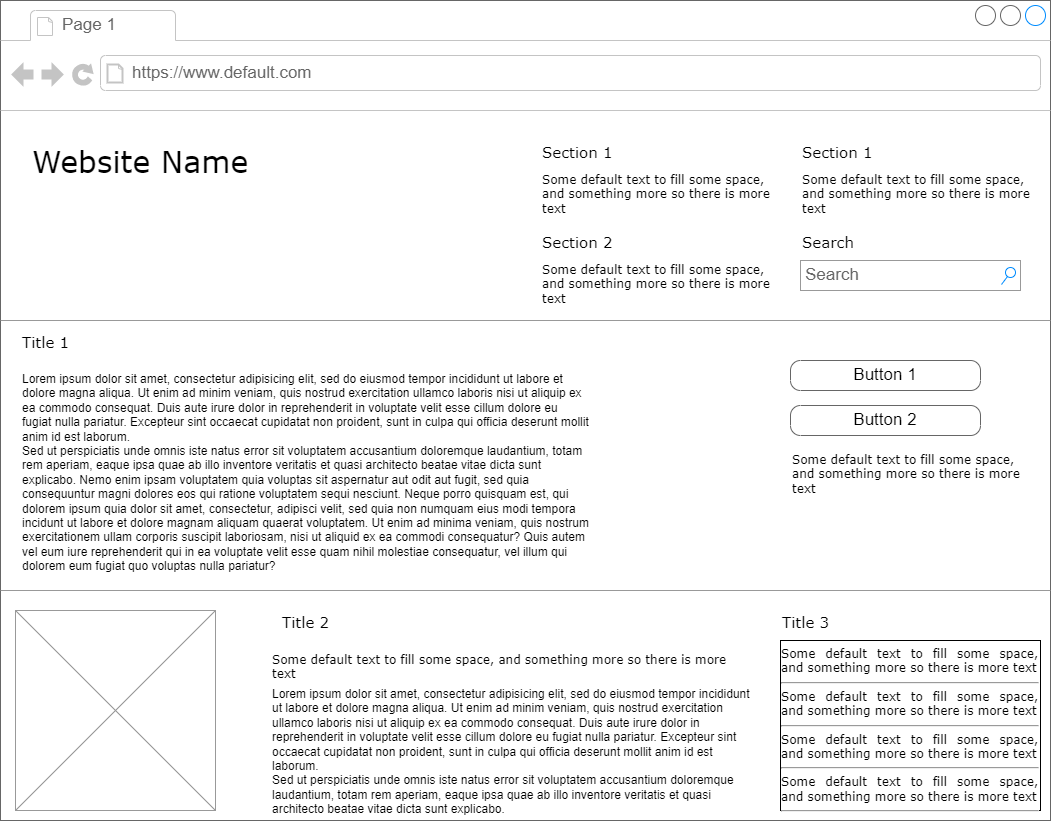
Before: wireframe_home.drawio.png, a diagram exported from draw.io (foosasugaome/express-finance). Source tidied: cells renumbered, new cells last; positions are measured from the earlier drawing's top-left corner, leaving out a move shared by most shapes.
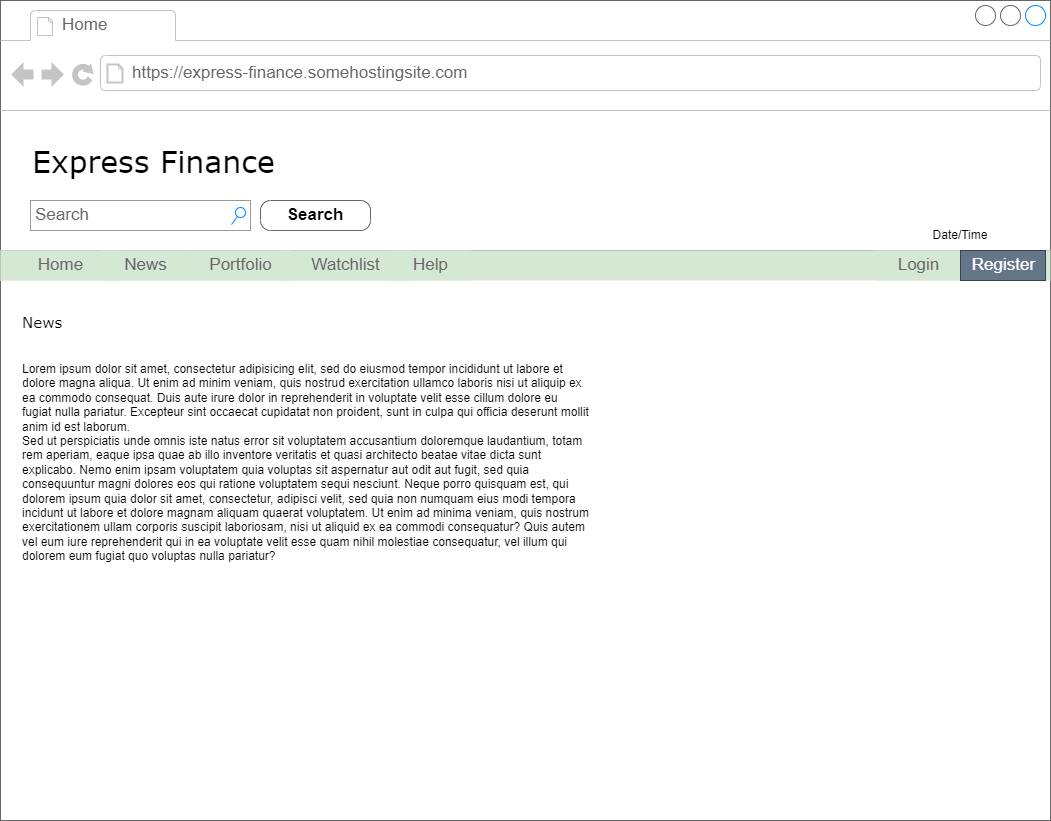
After the change.

The edit, as a diff of the source:
```diff
@@ -2,80 +2,59 @@
   <root>
     <mxCell id="0" />
     <mxCell id="1" parent="0" />
-    <mxCell id="2" style="strokeWidth=1;shadow=0;dashed=0;align=center;html=1;shape=mxgraph.mockup.containers.browserWindow;rSize=0;strokeColor=#666666;mainText=,;rounded=0;labelBackgroundColor=none;fontFamily=Verdana;fontSize=12;" parent="1" vertex="1">
+    <mxCell id="2" style="strokeWidth=1;shadow=0;dashed=0;align=center;html=1;shape=mxgraph.mockup.containers.browserWindow;rSize=0;strokeColor=#666666;mainText=,;rounded=0;labelBackgroundColor=none;fontFamily=Verdana;fontSize=12;fontColor=#000000;" parent="1" vertex="1">
       <mxGeometry width="1050" height="820" as="geometry" />
     </mxCell>
-    <mxCell id="3" value="Page 1" style="strokeWidth=1;shadow=0;dashed=0;align=center;html=1;shape=mxgraph.mockup.containers.anchor;fontSize=17;fontColor=#666666;align=left;" parent="2" vertex="1">
+    <mxCell id="3" value="Home" style="strokeWidth=1;shadow=0;dashed=0;align=center;html=1;shape=mxgraph.mockup.containers.anchor;fontSize=17;fontColor=#666666;align=left;" parent="2" vertex="1">
       <mxGeometry x="60" y="12" width="110" height="26" as="geometry" />
     </mxCell>
-    <mxCell id="4" value="https://www.default.com" style="strokeWidth=1;shadow=0;dashed=0;align=center;html=1;shape=mxgraph.mockup.containers.anchor;rSize=0;fontSize=17;fontColor=#666666;align=left;" parent="2" vertex="1">
+    <mxCell id="4" value="https://express-finance.somehostingsite.com" style="strokeWidth=1;shadow=0;dashed=0;align=center;html=1;shape=mxgraph.mockup.containers.anchor;rSize=0;fontSize=17;fontColor=#666666;align=left;" parent="2" vertex="1">
       <mxGeometry x="130" y="60" width="250" height="26" as="geometry" />
     </mxCell>
-    <mxCell id="5" value="Website Name" style="text;html=1;align=left;verticalAlign=top;spacingTop=-4;fontSize=30;fontFamily=Verdana;" parent="2" vertex="1">
+    <mxCell id="5" value="Express Finance" style="text;html=1;align=left;verticalAlign=top;spacingTop=-4;fontSize=30;fontFamily=Verdana;" parent="2" vertex="1">
       <mxGeometry x="30" y="140" width="340" height="50" as="geometry" />
     </mxCell>
-    <mxCell id="6" value="Section 1" style="text;html=1;align=left;verticalAlign=top;spacingTop=-4;fontSize=15;fontFamily=Verdana;" parent="2" vertex="1">
-      <mxGeometry x="540" y="140" width="170" height="30" as="geometry" />
-    </mxCell>
-    <mxCell id="7" value="Some default text to fill some space, and&amp;nbsp;&lt;span&gt;something more so there is more text&lt;/span&gt;" style="text;html=1;align=left;verticalAlign=top;spacingTop=-4;fontSize=12;fontFamily=Verdana;whiteSpace=wrap;" parent="2" vertex="1">
-      <mxGeometry x="540" y="170" width="240" height="40" as="geometry" />
-    </mxCell>
-    <mxCell id="8" value="Section 2" style="text;html=1;align=left;verticalAlign=top;spacingTop=-4;fontSize=15;fontFamily=Verdana;" parent="2" vertex="1">
-      <mxGeometry x="540" y="230" width="170" height="30" as="geometry" />
-    </mxCell>
-    <mxCell id="9" value="Some default text to fill some space, and&amp;nbsp;&lt;span&gt;something more so there is more text&lt;/span&gt;" style="text;html=1;align=left;verticalAlign=top;spacingTop=-4;fontSize=12;fontFamily=Verdana;whiteSpace=wrap;" parent="2" vertex="1">
-      <mxGeometry x="540" y="260" width="240" height="40" as="geometry" />
-    </mxCell>
-    <mxCell id="10" value="Section 1" style="text;html=1;align=left;verticalAlign=top;spacingTop=-4;fontSize=15;fontFamily=Verdana;" parent="2" vertex="1">
-      <mxGeometry x="800" y="140" width="170" height="30" as="geometry" />
-    </mxCell>
-    <mxCell id="11" value="Some default text to fill some space, and&amp;nbsp;&lt;span&gt;something more so there is more text&lt;/span&gt;" style="text;html=1;align=left;verticalAlign=top;spacingTop=-4;fontSize=12;fontFamily=Verdana;whiteSpace=wrap;" parent="2" vertex="1">
-      <mxGeometry x="800" y="170" width="240" height="40" as="geometry" />
-    </mxCell>
-    <mxCell id="12" value="Search" style="text;html=1;align=left;verticalAlign=top;spacingTop=-4;fontSize=15;fontFamily=Verdana;" parent="2" vertex="1">
-      <mxGeometry x="800" y="230" width="170" height="30" as="geometry" />
-    </mxCell>
     <mxCell id="13" value="Search" style="strokeWidth=1;shadow=0;dashed=0;align=center;html=1;shape=mxgraph.mockup.forms.searchBox;strokeColor=#999999;mainText=;strokeColor2=#008cff;fontColor=#666666;fontSize=17;align=left;spacingLeft=3;rounded=0;labelBackgroundColor=none;" parent="2" vertex="1">
-      <mxGeometry x="800" y="260" width="220" height="30" as="geometry" />
+      <mxGeometry x="30" y="200" width="220" height="30" as="geometry" />
     </mxCell>
     <mxCell id="14" style="verticalLabelPosition=bottom;shadow=0;dashed=0;align=center;html=1;verticalAlign=top;strokeWidth=1;shape=mxgraph.mockup.markup.line;strokeColor=#999999;rounded=0;labelBackgroundColor=none;fillColor=#ffffff;fontFamily=Verdana;fontSize=12;fontColor=#000000;" parent="2" vertex="1">
-      <mxGeometry y="310" width="1050" height="20" as="geometry" />
+      <mxGeometry y="240" width="1050" height="20" as="geometry" />
     </mxCell>
-    <mxCell id="15" value="Title 1" style="text;html=1;align=left;verticalAlign=top;spacingTop=-4;fontSize=15;fontFamily=Verdana;" parent="2" vertex="1">
-      <mxGeometry x="20" y="330" width="170" height="30" as="geometry" />
+    <mxCell id="15" value="News" style="text;html=1;align=left;verticalAlign=top;spacingTop=-4;fontSize=15;fontFamily=Verdana;" parent="2" vertex="1">
+      <mxGeometry x="20" y="310" width="170" height="30" as="geometry" />
     </mxCell>
     <mxCell id="16" value="Lorem ipsum dolor sit amet, consectetur adipisicing elit, sed do eiusmod tempor incididunt ut labore et dolore magna aliqua. Ut enim ad minim veniam, quis nostrud exercitation ullamco laboris nisi ut aliquip ex ea commodo consequat. Duis aute irure dolor in reprehenderit in voluptate velit esse cillum dolore eu fugiat nulla pariatur. Excepteur sint occaecat cupidatat non proident, sunt in culpa qui officia deserunt mollit anim id est laborum.&#10;Sed ut perspiciatis unde omnis iste natus error sit voluptatem accusantium doloremque laudantium, totam rem aperiam, eaque ipsa quae ab illo inventore veritatis et quasi architecto beatae vitae dicta sunt explicabo. Nemo enim ipsam voluptatem quia voluptas sit aspernatur aut odit aut fugit, sed quia consequuntur magni dolores eos qui ratione voluptatem sequi nesciunt. Neque porro quisquam est, qui dolorem ipsum quia dolor sit amet, consectetur, adipisci velit, sed quia non numquam eius modi tempora incidunt ut labore et dolore magnam aliquam quaerat voluptatem. Ut enim ad minima veniam, quis nostrum exercitationem ullam corporis suscipit laboriosam, nisi ut aliquid ex ea commodi consequatur? Quis autem vel eum iure reprehenderit qui in ea voluptate velit esse quam nihil molestiae consequatur, vel illum qui dolorem eum fugiat quo voluptas nulla pariatur?" style="text;spacingTop=-5;whiteSpace=wrap;html=1;align=left;fontSize=12;fontFamily=Helvetica;fillColor=none;strokeColor=none;rounded=0;shadow=1;labelBackgroundColor=none;" parent="2" vertex="1">
-      <mxGeometry x="20" y="370" width="570" height="240" as="geometry" />
+      <mxGeometry x="20" y="360" width="570" height="240" as="geometry" />
     </mxCell>
-    <mxCell id="17" value="Button 1" style="strokeWidth=1;shadow=0;dashed=0;align=center;html=1;shape=mxgraph.mockup.buttons.button;strokeColor=#666666;mainText=;buttonStyle=round;fontSize=17;fontStyle=0;fillColor=none;whiteSpace=wrap;rounded=0;labelBackgroundColor=none;" parent="2" vertex="1">
-      <mxGeometry x="790" y="360" width="190" height="30" as="geometry" />
-    </mxCell>
-    <mxCell id="18" value="Button 2" style="strokeWidth=1;shadow=0;dashed=0;align=center;html=1;shape=mxgraph.mockup.buttons.button;strokeColor=#666666;mainText=;buttonStyle=round;fontSize=17;fontStyle=0;fillColor=none;whiteSpace=wrap;rounded=0;labelBackgroundColor=none;" parent="2" vertex="1">
-      <mxGeometry x="790" y="405" width="190" height="30" as="geometry" />
-    </mxCell>
-    <mxCell id="19" value="Some default text to fill some space, and&amp;nbsp;&lt;span&gt;something more so there is more text&lt;/span&gt;" style="text;html=1;align=left;verticalAlign=top;spacingTop=-4;fontSize=12;fontFamily=Verdana;whiteSpace=wrap;" parent="2" vertex="1">
-      <mxGeometry x="790" y="450" width="240" height="40" as="geometry" />
-    </mxCell>
-    <mxCell id="20" style="verticalLabelPosition=bottom;shadow=0;dashed=0;align=center;html=1;verticalAlign=top;strokeWidth=1;shape=mxgraph.mockup.markup.line;strokeColor=#999999;rounded=0;labelBackgroundColor=none;fillColor=#ffffff;fontFamily=Verdana;fontSize=12;fontColor=#000000;" parent="2" vertex="1">
-      <mxGeometry y="580" width="1050" height="20" as="geometry" />
-    </mxCell>
-    <mxCell id="21" style="verticalLabelPosition=bottom;shadow=0;dashed=0;align=center;html=1;verticalAlign=top;strokeWidth=1;shape=mxgraph.mockup.graphics.simpleIcon;strokeColor=#999999;fillColor=#ffffff;rounded=0;labelBackgroundColor=none;fontFamily=Verdana;fontSize=12;fontColor=#000000;" parent="2" vertex="1">
-      <mxGeometry x="15" y="610" width="200" height="200" as="geometry" />
-    </mxCell>
-    <mxCell id="22" value="Title 2" style="text;html=1;align=left;verticalAlign=top;spacingTop=-4;fontSize=15;fontFamily=Verdana;" parent="2" vertex="1">
-      <mxGeometry x="280" y="610" width="170" height="30" as="geometry" />
-    </mxCell>
-    <mxCell id="23" value="Title 3" style="text;html=1;align=left;verticalAlign=top;spacingTop=-4;fontSize=15;fontFamily=Verdana;" parent="2" vertex="1">
-      <mxGeometry x="780" y="610" width="170" height="30" as="geometry" />
-    </mxCell>
-    <mxCell id="24" value="&lt;div style=&quot;text-align: justify&quot;&gt;&lt;span&gt;Some default text to fill some space, and&amp;nbsp;&lt;/span&gt;&lt;span&gt;something more so there is more text&lt;/span&gt;&lt;/div&gt;&lt;div style=&quot;text-align: justify&quot;&gt;&lt;hr id=&quot;null&quot; style=&quot;text-align: justify&quot;&gt;&lt;span&gt;&lt;div style=&quot;text-align: justify&quot;&gt;&lt;span&gt;Some default text to fill some space, and&amp;nbsp;&lt;/span&gt;&lt;span&gt;something more so there is more text&lt;/span&gt;&lt;/div&gt;&lt;/span&gt;&lt;/div&gt;&lt;hr id=&quot;null&quot; style=&quot;text-align: justify&quot;&gt;&lt;span&gt;&lt;div style=&quot;text-align: justify&quot;&gt;&lt;span&gt;Some default text to fill some space, and&amp;nbsp;&lt;/span&gt;&lt;span&gt;something more so there is more text&lt;/span&gt;&lt;/div&gt;&lt;/span&gt;&lt;hr id=&quot;null&quot; style=&quot;text-align: justify&quot;&gt;&lt;span&gt;&lt;div style=&quot;text-align: justify&quot;&gt;&lt;span&gt;Some default text to fill some space, and&amp;nbsp;&lt;/span&gt;&lt;span&gt;something more so there is more text&lt;/span&gt;&lt;/div&gt;&lt;/span&gt;&lt;hr id=&quot;null&quot; style=&quot;text-align: left&quot;&gt;" style="whiteSpace=wrap;html=1;rounded=0;shadow=0;labelBackgroundColor=none;strokeWidth=1;fontFamily=Verdana;fontSize=12;align=center;verticalAlign=top;" parent="2" vertex="1">
-      <mxGeometry x="780" y="640" width="260" height="170" as="geometry" />
-    </mxCell>
-    <mxCell id="25" value="Some default text to fill some space, and&amp;nbsp;&lt;span&gt;something more so there is more text&lt;/span&gt;" style="text;html=1;align=left;verticalAlign=top;spacingTop=-4;fontSize=12;fontFamily=Verdana;whiteSpace=wrap;" parent="2" vertex="1">
-      <mxGeometry x="270" y="650" width="470" height="40" as="geometry" />
-    </mxCell>
-    <mxCell id="26" value="Lorem ipsum dolor sit amet, consectetur adipisicing elit, sed do eiusmod tempor incididunt ut labore et dolore magna aliqua. Ut enim ad minim veniam, quis nostrud exercitation ullamco laboris nisi ut aliquip ex ea commodo consequat. Duis aute irure dolor in reprehenderit in voluptate velit esse cillum dolore eu fugiat nulla pariatur. Excepteur sint occaecat cupidatat non proident, sunt in culpa qui officia deserunt mollit anim id est laborum.&lt;br&gt;Sed ut perspiciatis unde omnis iste natus error sit voluptatem accusantium doloremque laudantium, totam rem aperiam, eaque ipsa quae ab illo inventore veritatis et quasi architecto beatae vitae dicta sunt explicabo.&amp;nbsp;" style="text;spacingTop=-5;whiteSpace=wrap;html=1;align=left;fontSize=12;fontFamily=Helvetica;fillColor=none;strokeColor=none;rounded=0;shadow=1;labelBackgroundColor=none;" parent="1" vertex="1">
-      <mxGeometry x="270" y="685" width="490" height="125" as="geometry" />
-    </mxCell>
+    <mxCell id="12" value="&lt;font color=&quot;#000000&quot;&gt;Search&lt;/font&gt;" style="strokeWidth=1;shadow=0;dashed=0;align=center;html=1;shape=mxgraph.mockup.buttons.button;strokeColor=#666666;fontColor=#ffffff;mainText=;buttonStyle=round;fontSize=17;fontStyle=1;fillColor=none;whiteSpace=wrap;" parent="2" vertex="1">
+      <mxGeometry x="260" y="200" width="110" height="30" as="geometry" />
+    </mxCell>
+    <mxCell id="27" style="strokeWidth=1;shadow=0;dashed=0;align=center;html=1;shape=mxgraph.mockup.forms.rrect;rSize=0;strokeColor=none;fillColor=#D5E8D4;" parent="2" vertex="1">
+      <mxGeometry y="250" width="1050" height="30" as="geometry" />
+    </mxCell>
+    <mxCell id="28" value="Home" style="strokeColor=inherit;fillColor=inherit;gradientColor=inherit;strokeWidth=1;shadow=0;dashed=0;align=center;html=1;shape=mxgraph.mockup.forms.rrect;rSize=0;fontSize=17;fontColor=#666666;" parent="27" vertex="1">
+      <mxGeometry width="120" height="30" as="geometry" />
+    </mxCell>
+    <mxCell id="29" value="News" style="strokeColor=inherit;fillColor=inherit;gradientColor=inherit;strokeWidth=1;shadow=0;dashed=0;align=center;html=1;shape=mxgraph.mockup.forms.rrect;rSize=0;fontSize=17;fontColor=#666666;" parent="27" vertex="1">
+      <mxGeometry x="100" width="90" height="30" as="geometry" />
+    </mxCell>
+    <mxCell id="30" value="Portfolio" style="strokeColor=inherit;fillColor=inherit;gradientColor=inherit;strokeWidth=1;shadow=0;dashed=0;align=center;html=1;shape=mxgraph.mockup.forms.rrect;rSize=0;fontSize=17;fontColor=#666666;" parent="27" vertex="1">
+      <mxGeometry x="190" width="100" height="30" as="geometry" />
+    </mxCell>
+    <mxCell id="31" value="Watchlist" style="strokeColor=inherit;fillColor=inherit;gradientColor=inherit;strokeWidth=1;shadow=0;dashed=0;align=center;html=1;shape=mxgraph.mockup.forms.rrect;rSize=0;fontSize=17;fontColor=#666666;" parent="27" vertex="1">
+      <mxGeometry x="280" width="130" height="30" as="geometry" />
+    </mxCell>
+    <mxCell id="32" value="Login" style="strokeColor=inherit;fillColor=inherit;gradientColor=inherit;strokeWidth=1;shadow=0;dashed=0;align=center;html=1;shape=mxgraph.mockup.forms.rrect;rSize=0;fontSize=17;fontColor=#666666;" parent="27" vertex="1">
+      <mxGeometry x="875" width="85" height="30" as="geometry" />
+    </mxCell>
+    <mxCell id="33" value="Help" style="strokeColor=inherit;fillColor=inherit;gradientColor=inherit;strokeWidth=1;shadow=0;dashed=0;align=center;html=1;shape=mxgraph.mockup.forms.rrect;rSize=0;fontSize=17;fontColor=#666666;" parent="27" vertex="1">
+      <mxGeometry x="390" width="80" height="30" as="geometry" />
+    </mxCell>
+    <mxCell id="34" value="Register" style="strokeColor=#314354;fillColor=#647687;strokeWidth=1;shadow=0;dashed=0;align=center;html=1;shape=mxgraph.mockup.forms.rrect;rSize=0;fontSize=17;fontColor=#ffffff;" parent="27" vertex="1">
+      <mxGeometry x="960" width="85" height="30" as="geometry" />
+    </mxCell>
+    <mxCell id="35" value="Date/Time" style="text;html=1;strokeColor=none;fillColor=none;align=center;verticalAlign=middle;whiteSpace=wrap;rounded=0;labelBackgroundColor=none;fontColor=#000000;" parent="2" vertex="1">
+      <mxGeometry x="880" y="220" width="160" height="30" as="geometry" />
+    </mxCell>
   </root>
 </mxGraphModel>
```
